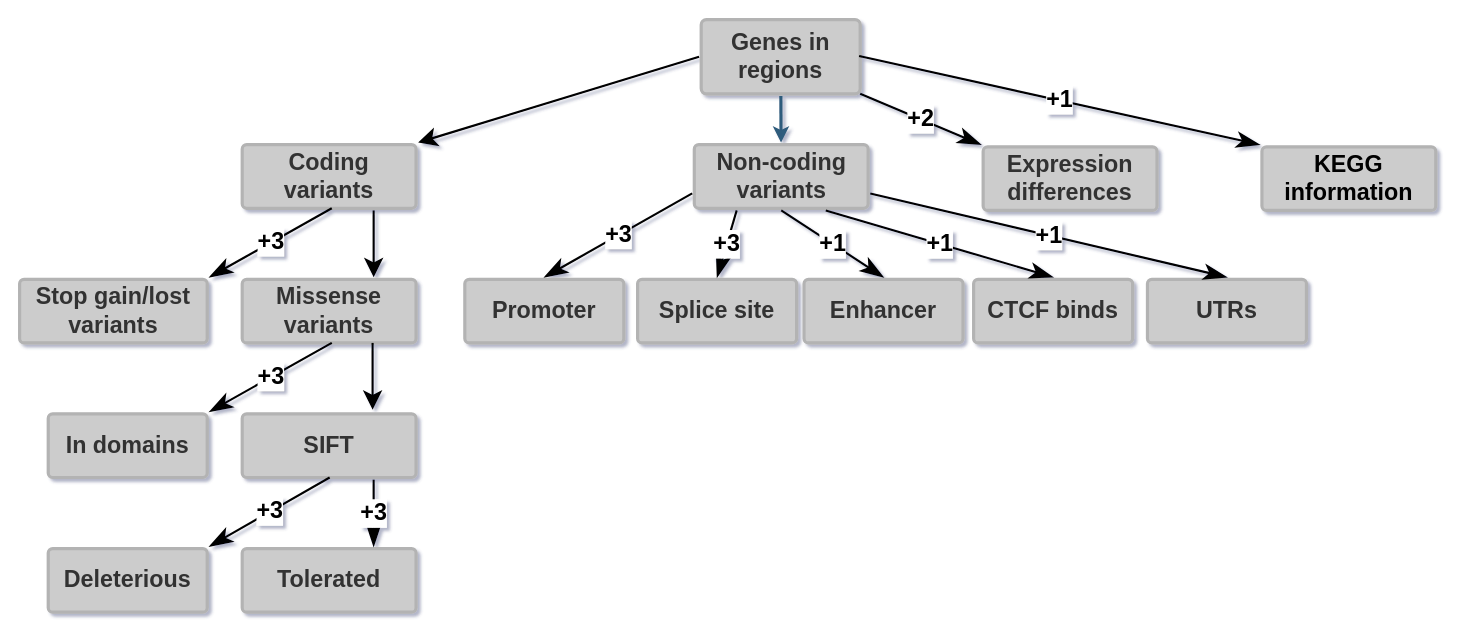
Above: CandidateGenes/Untitled Diagram.drawio in ManuelDelpero/AIL_BFMIS1xBFMIS2 (draw.io), before the change. Source tidied: cells renumbered, new cells numbered last; positions are measured from the earlier drawing's top-left corner, leaving out a move shared by most shapes. Both pictures are drawn from the tidied source at 106%, with x=0, y=0 at pixel (19, 19).
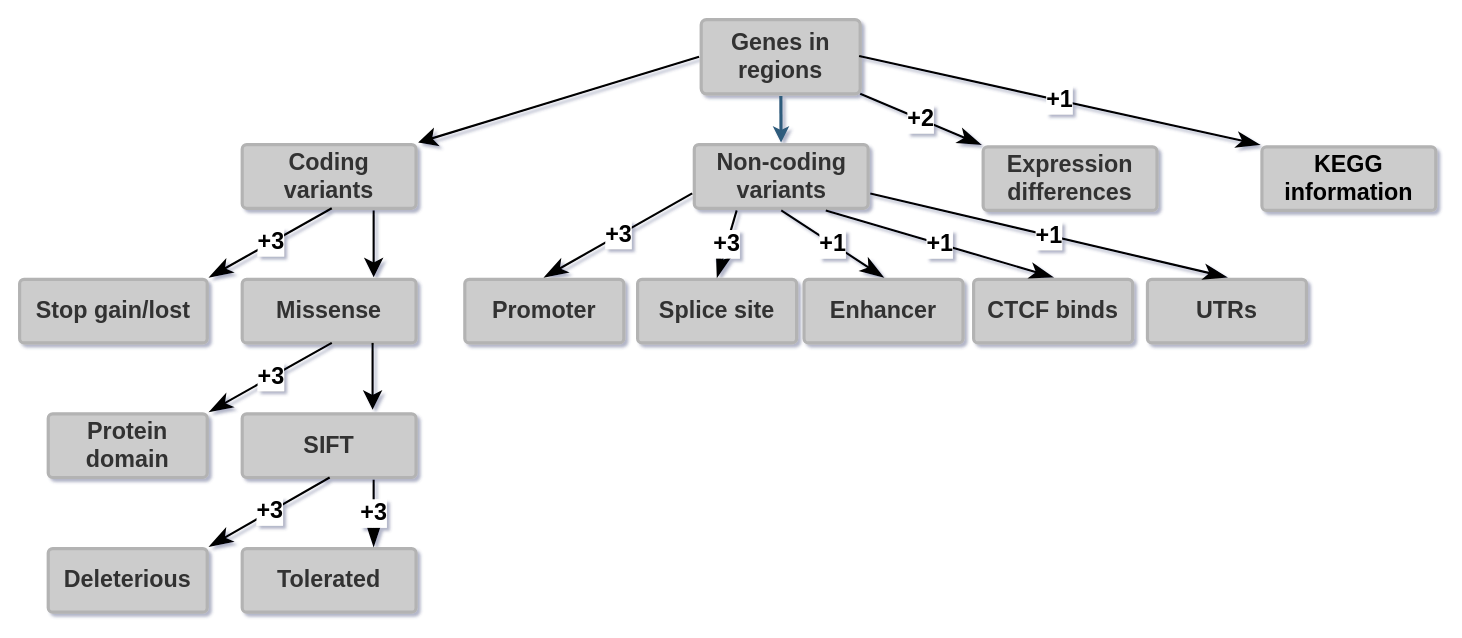
After the change.

The edit, as a diff of the source:
```diff
@@
-    <mxCell id="5" value="&lt;b style=&quot;font-size: 22px;&quot;&gt;In domains&lt;/b&gt;" style="rounded=1;whiteSpace=wrap;html=1;shadow=0;labelBackgroundColor=none;strokeWidth=3;fontFamily=Helvetica;fontSize=22;fontColor=#333333;align=center;spacing=5;arcSize=7;perimeterSpacing=2;strokeColor=#B3B3B3;fillColor=#CCCCCC;" parent="1" vertex="1">
+    <mxCell id="5" value="&lt;b style=&quot;font-size: 22px&quot;&gt;Protein domain&lt;/b&gt;" style="rounded=1;whiteSpace=wrap;html=1;shadow=0;labelBackgroundColor=none;strokeWidth=3;fontFamily=Helvetica;fontSize=22;fontColor=#333333;align=center;spacing=5;arcSize=7;perimeterSpacing=2;strokeColor=#B3B3B3;fillColor=#CCCCCC;" parent="1" vertex="1">
       <mxGeometry x="27" y="372" width="150" height="60" as="geometry" />
     </mxCell>
@@
-    <mxCell id="17" value="&lt;b style=&quot;font-size: 22px;&quot;&gt;Stop gain/lost variants&lt;/b&gt;" style="rounded=1;whiteSpace=wrap;html=1;shadow=0;labelBackgroundColor=none;strokeWidth=3;fontFamily=Helvetica;fontSize=22;fontColor=#333333;align=center;spacing=5;arcSize=7;perimeterSpacing=2;strokeColor=#B3B3B3;fillColor=#CCCCCC;" parent="1" vertex="1">
+    <mxCell id="17" value="&lt;b style=&quot;font-size: 22px&quot;&gt;Stop gain/lost&lt;/b&gt;" style="rounded=1;whiteSpace=wrap;html=1;shadow=0;labelBackgroundColor=none;strokeWidth=3;fontFamily=Helvetica;fontSize=22;fontColor=#333333;align=center;spacing=5;arcSize=7;perimeterSpacing=2;strokeColor=#B3B3B3;fillColor=#CCCCCC;" parent="1" vertex="1">
       <mxGeometry y="245" width="177" height="60" as="geometry" />
     </mxCell>
-    <mxCell id="18" value="&lt;b style=&quot;font-size: 22px;&quot;&gt;Missense variants&lt;/b&gt;" style="rounded=1;whiteSpace=wrap;html=1;shadow=0;labelBackgroundColor=none;strokeWidth=3;fontFamily=Helvetica;fontSize=22;fontColor=#333333;align=center;spacing=5;arcSize=7;perimeterSpacing=2;strokeColor=#B3B3B3;fillColor=#CCCCCC;" parent="1" vertex="1">
+    <mxCell id="18" value="&lt;b style=&quot;font-size: 22px&quot;&gt;Missense&lt;/b&gt;" style="rounded=1;whiteSpace=wrap;html=1;shadow=0;labelBackgroundColor=none;strokeWidth=3;fontFamily=Helvetica;fontSize=22;fontColor=#333333;align=center;spacing=5;arcSize=7;perimeterSpacing=2;strokeColor=#B3B3B3;fillColor=#CCCCCC;" parent="1" vertex="1">
       <mxGeometry x="210" y="245" width="164" height="60" as="geometry" />
     </mxCell>
```
